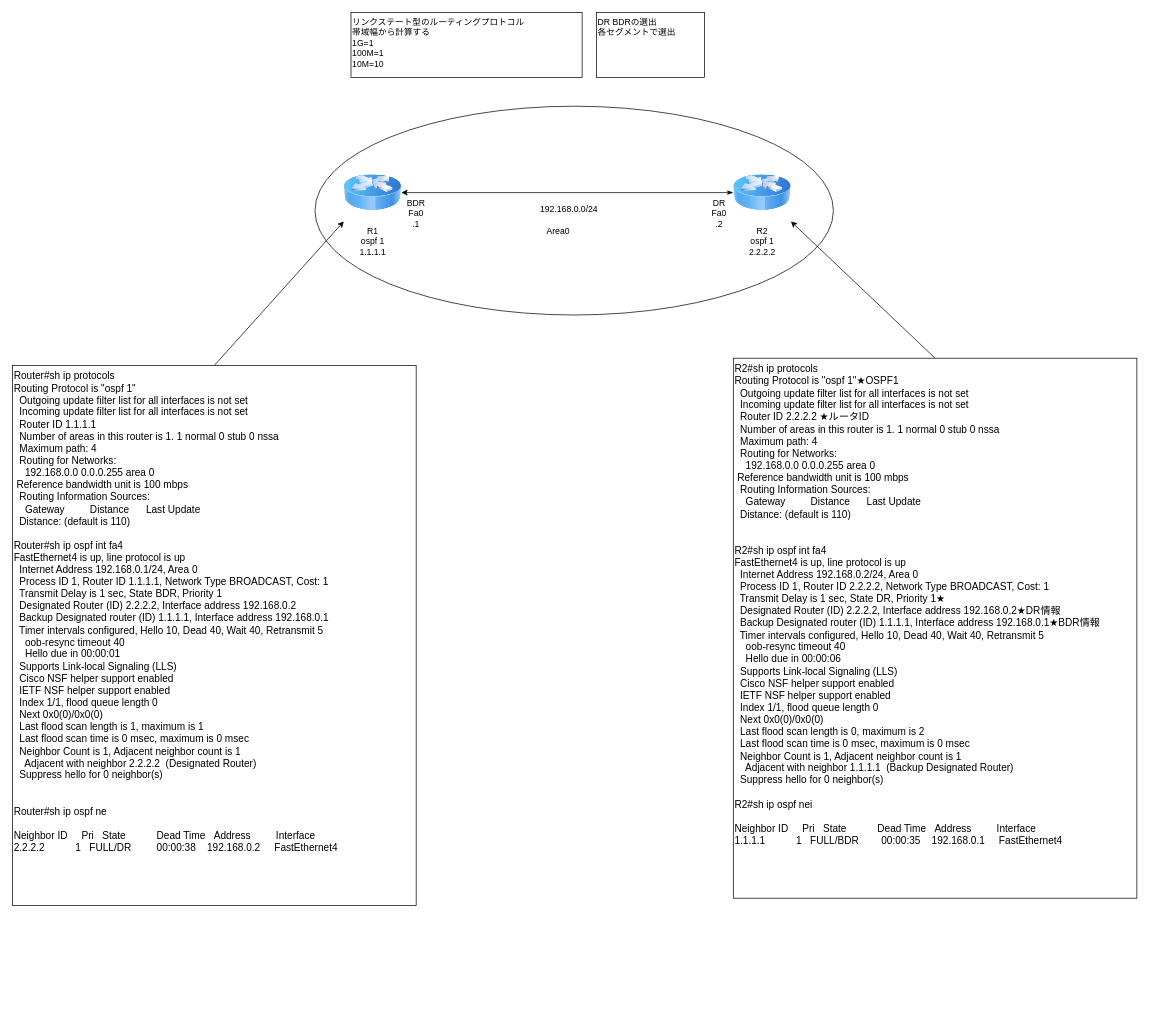
Earlier version of the draw.io diagram page "OSPF.RouteID" (3 of 3) of OSPF.drawio (kyforprogram/ccna). Source tidied: cells renumbered, new cells numbered last; positions are measured from the earlier drawing's top-left corner, leaving out a move shared by most shapes. Both pictures are drawn from the tidied source at 72%, with x=0, y=0 at pixel (12, 12).
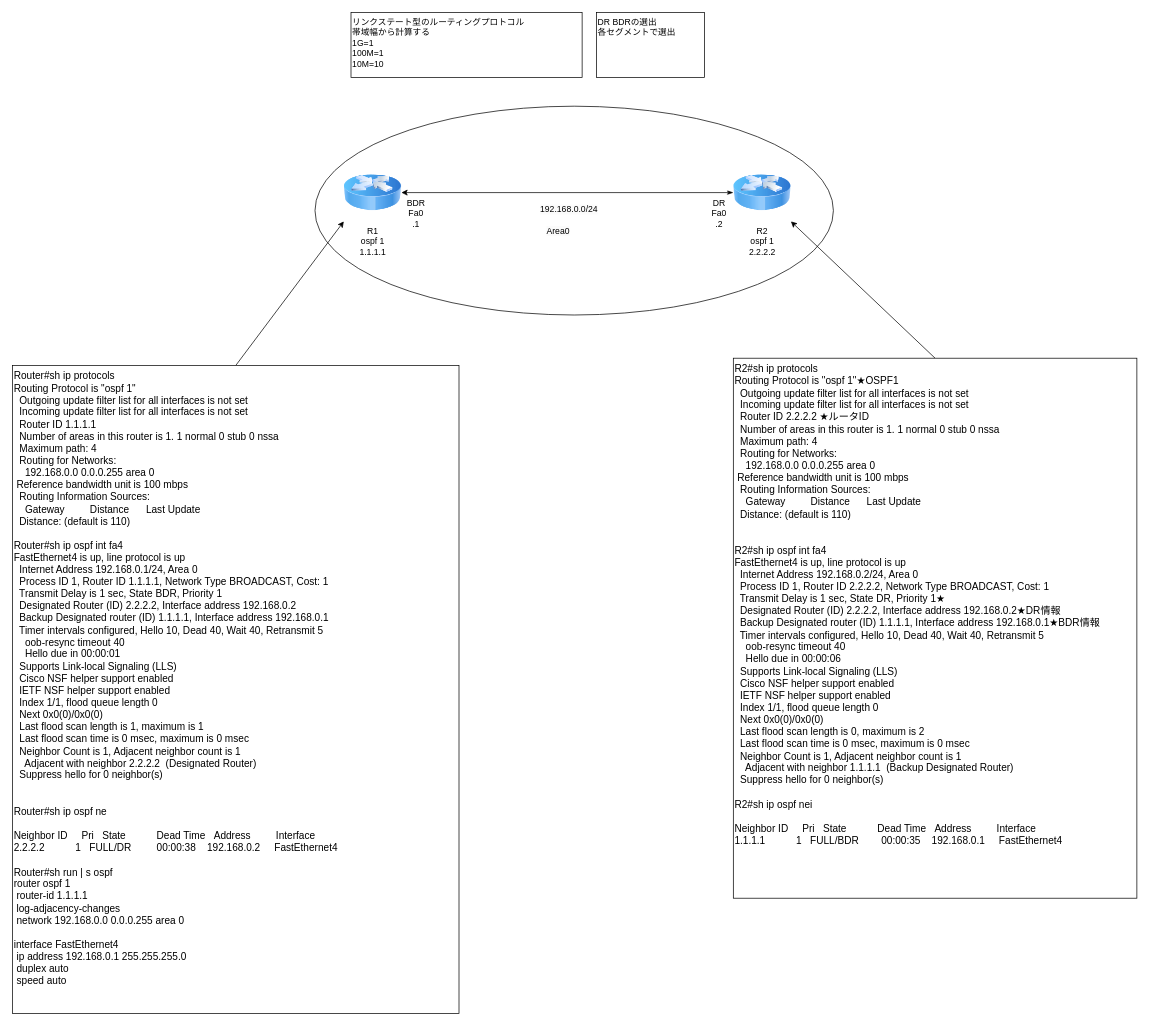
The same diagram, later.

Diff of the diagram source:
```diff
@@
 <mxGraphModel>
   <root>
     <mxCell id="0" />
     <mxCell id="1" parent="0" />
     <mxCell id="2" style="ellipse;whiteSpace=wrap;html=1;strokeColor=default;fontFamily=Helvetica;fontSize=14;fontColor=default;fillColor=default;" parent="1" vertex="1">
       <mxGeometry x="420" y="130" width="720" height="290" as="geometry" />
     </mxCell>
     <mxCell id="3" value="R1&lt;br&gt;ospf 1&lt;br&gt;1.1.1.1" style="image;html=1;image=img/lib/clip_art/networking/Router_Icon_128x128.png;" parent="1" vertex="1">
       <mxGeometry x="460" y="210" width="80" height="80" as="geometry" />
     </mxCell>
     <mxCell id="4" style="rounded=0;jettySize=auto;html=1;exitX=0;exitY=0.5;exitDx=0;exitDy=0;entryX=1;entryY=0.5;entryDx=0;entryDy=0;startArrow=classicThin;startFill=1;" parent="1" edge="1" source="5" target="3">
       <mxGeometry relative="1" as="geometry" />
     </mxCell>
     <mxCell id="5" value="R2&lt;br&gt;ospf 1&lt;br&gt;2.2.2.2" style="image;html=1;image=img/lib/clip_art/networking/Router_Icon_128x128.png;imageBorder=none;" parent="1" vertex="1">
       <mxGeometry x="1001" y="210" width="80" height="80" as="geometry" />
     </mxCell>
     <mxCell id="6" value="&lt;span style=&quot;color: rgb(0, 0, 0); font-family: Helvetica; font-size: 12px; font-style: normal; font-variant-ligatures: normal; font-variant-caps: normal; font-weight: 400; letter-spacing: normal; orphans: 2; text-align: center; text-indent: 0px; text-transform: none; widows: 2; word-spacing: 0px; -webkit-text-stroke-width: 0px; background-color: rgb(251, 251, 251); text-decoration-thickness: initial; text-decoration-style: initial; text-decoration-color: initial; float: none; display: inline !important;&quot;&gt;192.168.0.0/24&lt;/span&gt;" style="text;whiteSpace=wrap;html=1;" parent="1" vertex="1">
       <mxGeometry x="730.5" y="260" width="89" height="30" as="geometry" />
     </mxCell>
     <mxCell id="7" value="リンクステート型のルーティングプロトコル&lt;br&gt;帯域幅から計算する&lt;br&gt;1G=1&lt;br&gt;100M=1&lt;br&gt;10M=10" style="whiteSpace=wrap;html=1;align=left;verticalAlign=top;" parent="1" vertex="1">
       <mxGeometry x="470" width="321" height="90" as="geometry" />
     </mxCell>
     <mxCell id="8" value="BDR&lt;br&gt;Fa0&lt;br&gt;.1" style="text;html=1;align=center;verticalAlign=middle;strokeColor=none;fillColor=none;" parent="1" vertex="1">
       <mxGeometry x="535" y="249" width="50" height="60" as="geometry" />
     </mxCell>
     <mxCell id="9" value="DR&lt;br&gt;Fa0&lt;br&gt;.2" style="text;html=1;align=center;verticalAlign=middle;strokeColor=none;fillColor=none;" parent="1" vertex="1">
       <mxGeometry x="961" y="249" width="40" height="60" as="geometry" />
     </mxCell>
     <mxCell id="10" value="DR BDRの選出&lt;br&gt;各セグメントで選出&lt;br&gt;" style="whiteSpace=wrap;html=1;align=left;verticalAlign=top;" parent="1" vertex="1">
       <mxGeometry x="811" width="150" height="90" as="geometry" />
     </mxCell>
     <mxCell id="11" value="&lt;span style=&quot;color: rgb(0, 0, 0); font-family: Helvetica; font-size: 12px; font-style: normal; font-variant-ligatures: normal; font-variant-caps: normal; font-weight: 400; letter-spacing: normal; orphans: 2; text-align: center; text-indent: 0px; text-transform: none; widows: 2; word-spacing: 0px; -webkit-text-stroke-width: 0px; background-color: rgb(251, 251, 251); text-decoration-thickness: initial; text-decoration-style: initial; text-decoration-color: initial; float: none; display: inline !important;&quot;&gt;Area0&lt;/span&gt;" style="text;whiteSpace=wrap;html=1;" parent="1" vertex="1">
       <mxGeometry x="740" y="290" width="70" height="30" as="geometry" />
     </mxCell>
     <mxCell id="12" style="rounded=0;jettySize=auto;html=1;exitX=0.5;exitY=0;exitDx=0;exitDy=0;entryX=1;entryY=1;entryDx=0;entryDy=0;" parent="1" edge="1" source="13" target="5">
       <mxGeometry relative="1" as="geometry" />
     </mxCell>
     <mxCell id="13" value="&lt;div&gt;R2#sh ip protocols&lt;/div&gt;&lt;div&gt;Routing Protocol is &quot;ospf 1&quot;★OSPF1&lt;/div&gt;&lt;div&gt;&amp;nbsp; Outgoing update filter list for all interfaces is not set&lt;/div&gt;&lt;div&gt;&amp;nbsp; Incoming update filter list for all interfaces is not set&lt;/div&gt;&lt;div&gt;&amp;nbsp; Router ID 2.2.2.2 ★ルータID&lt;/div&gt;&lt;div&gt;&amp;nbsp; Number of areas in this router is 1. 1 normal 0 stub 0 nssa&lt;/div&gt;&lt;div&gt;&amp;nbsp; Maximum path: 4&lt;/div&gt;&lt;div&gt;&amp;nbsp; Routing for Networks:&lt;/div&gt;&lt;div&gt;&amp;nbsp; &amp;nbsp; 192.168.0.0 0.0.0.255 area 0&lt;/div&gt;&lt;div&gt;&amp;nbsp;Reference bandwidth unit is 100 mbps&lt;/div&gt;&lt;div&gt;&amp;nbsp; Routing Information Sources:&lt;/div&gt;&lt;div&gt;&amp;nbsp; &amp;nbsp; Gateway&amp;nbsp; &amp;nbsp; &amp;nbsp; &amp;nbsp; &amp;nbsp;Distance&amp;nbsp; &amp;nbsp; &amp;nbsp; Last Update&lt;/div&gt;&lt;div&gt;&amp;nbsp; Distance: (default is 110)&lt;/div&gt;&lt;div&gt;&lt;br&gt;&lt;/div&gt;&lt;div&gt;&lt;br&gt;&lt;/div&gt;&lt;div&gt;&lt;div&gt;R2#sh ip ospf int fa4&lt;/div&gt;&lt;div&gt;FastEthernet4 is up, line protocol is up&lt;/div&gt;&lt;div&gt;&amp;nbsp; Internet Address 192.168.0.2/24, Area 0&lt;/div&gt;&lt;div&gt;&amp;nbsp; Process ID 1, Router ID 2.2.2.2, Network Type BROADCAST, Cost: 1&lt;/div&gt;&lt;div&gt;&amp;nbsp; Transmit Delay is 1 sec, State DR, Priority 1★&lt;/div&gt;&lt;div&gt;&amp;nbsp; Designated Router (ID) 2.2.2.2, Interface address 192.168.0.2★DR情報&lt;/div&gt;&lt;div&gt;&amp;nbsp; Backup Designated router (ID) 1.1.1.1, Interface address 192.168.0.1★BDR情報&lt;/div&gt;&lt;div&gt;&amp;nbsp; Timer intervals configured, Hello 10, Dead 40, Wait 40, Retransmit 5&lt;/div&gt;&lt;div&gt;&amp;nbsp; &amp;nbsp; oob-resync timeout 40&lt;/div&gt;&lt;div&gt;&amp;nbsp; &amp;nbsp; Hello due in 00:00:06&lt;/div&gt;&lt;div&gt;&amp;nbsp; Supports Link-local Signaling (LLS)&lt;/div&gt;&lt;div&gt;&amp;nbsp; Cisco NSF helper support enabled&lt;/div&gt;&lt;div&gt;&amp;nbsp; IETF NSF helper support enabled&lt;/div&gt;&lt;div&gt;&amp;nbsp; Index 1/1, flood queue length 0&lt;/div&gt;&lt;div&gt;&amp;nbsp; Next 0x0(0)/0x0(0)&lt;/div&gt;&lt;div&gt;&amp;nbsp; Last flood scan length is 0, maximum is 2&lt;/div&gt;&lt;div&gt;&amp;nbsp; Last flood scan time is 0 msec, maximum is 0 msec&lt;/div&gt;&lt;div&gt;&amp;nbsp; Neighbor Count is 1, Adjacent neighbor count is 1&lt;/div&gt;&lt;div&gt;&amp;nbsp; &amp;nbsp; Adjacent with neighbor 1.1.1.1&amp;nbsp; (Backup Designated Router)&lt;/div&gt;&lt;div&gt;&amp;nbsp; Suppress hello for 0 neighbor(s)&lt;/div&gt;&lt;/div&gt;&lt;div&gt;&lt;br&gt;&lt;/div&gt;&lt;div&gt;&lt;div&gt;R2#sh ip ospf nei&lt;/div&gt;&lt;div&gt;&lt;br&gt;&lt;/div&gt;&lt;div&gt;Neighbor ID&amp;nbsp; &amp;nbsp; &amp;nbsp;Pri&amp;nbsp; &amp;nbsp;State&amp;nbsp; &amp;nbsp; &amp;nbsp; &amp;nbsp; &amp;nbsp; &amp;nbsp;Dead Time&amp;nbsp; &amp;nbsp;Address&amp;nbsp; &amp;nbsp; &amp;nbsp; &amp;nbsp; &amp;nbsp;Interface&lt;/div&gt;&lt;div&gt;1.1.1.1&amp;nbsp; &amp;nbsp; &amp;nbsp; &amp;nbsp; &amp;nbsp; &amp;nbsp;1&amp;nbsp; &amp;nbsp;FULL/BDR&amp;nbsp; &amp;nbsp; &amp;nbsp; &amp;nbsp; 00:00:35&amp;nbsp; &amp;nbsp; 192.168.0.1&amp;nbsp; &amp;nbsp; &amp;nbsp;FastEthernet4&lt;/div&gt;&lt;/div&gt;" style="whiteSpace=wrap;html=1;align=left;verticalAlign=top;fontSize=14;" parent="1" vertex="1">
       <mxGeometry x="1001" y="480" width="560.5" height="750" as="geometry" />
     </mxCell>
     <mxCell id="14" style="rounded=0;jettySize=auto;html=1;exitX=0.5;exitY=0;exitDx=0;exitDy=0;entryX=0;entryY=1;entryDx=0;entryDy=0;" parent="1" edge="1" source="15" target="3">
       <mxGeometry relative="1" as="geometry" />
     </mxCell>
-    <mxCell id="15" value="&lt;div&gt;Router#sh ip protocols&lt;/div&gt;&lt;div&gt;Routing Protocol is &quot;ospf 1&quot;&lt;/div&gt;&lt;div&gt;&amp;nbsp; Outgoing update filter list for all interfaces is not set&lt;/div&gt;&lt;div&gt;&amp;nbsp; Incoming update filter list for all interfaces is not set&lt;/div&gt;&lt;div&gt;&amp;nbsp; Router ID 1.1.1.1&lt;/div&gt;&lt;div&gt;&amp;nbsp; Number of areas in this router is 1. 1 normal 0 stub 0 nssa&lt;/div&gt;&lt;div&gt;&amp;nbsp; Maximum path: 4&lt;/div&gt;&lt;div&gt;&amp;nbsp; Routing for Networks:&lt;/div&gt;&lt;div&gt;&amp;nbsp; &amp;nbsp; 192.168.0.0 0.0.0.255 area 0&lt;/div&gt;&lt;div&gt;&amp;nbsp;Reference bandwidth unit is 100 mbps&lt;/div&gt;&lt;div&gt;&amp;nbsp; Routing Information Sources:&lt;/div&gt;&lt;div&gt;&amp;nbsp; &amp;nbsp; Gateway&amp;nbsp; &amp;nbsp; &amp;nbsp; &amp;nbsp; &amp;nbsp;Distance&amp;nbsp; &amp;nbsp; &amp;nbsp; Last Update&lt;/div&gt;&lt;div&gt;&amp;nbsp; Distance: (default is 110)&lt;/div&gt;&lt;div&gt;&lt;br&gt;&lt;/div&gt;&lt;div&gt;&lt;div&gt;&lt;span style=&quot;background-color: initial;&quot;&gt;Router#sh ip ospf int fa4&lt;/span&gt;&lt;br&gt;&lt;/div&gt;&lt;div&gt;FastEthernet4 is up, line protocol is up&lt;/div&gt;&lt;div&gt;&amp;nbsp; Internet Address 192.168.0.1/24, Area 0&lt;/div&gt;&lt;div&gt;&amp;nbsp; Process ID 1, Router ID 1.1.1.1, Network Type BROADCAST, Cost: 1&lt;/div&gt;&lt;div&gt;&amp;nbsp; Transmit Delay is 1 sec, State BDR, Priority 1&lt;/div&gt;&lt;div&gt;&amp;nbsp; Designated Router (ID) 2.2.2.2, Interface address 192.168.0.2&lt;/div&gt;&lt;div&gt;&amp;nbsp; Backup Designated router (ID) 1.1.1.1, Interface address 192.168.0.1&lt;/div&gt;&lt;div&gt;&amp;nbsp; Timer intervals configured, Hello 10, Dead 40, Wait 40, Retransmit 5&lt;/div&gt;&lt;div&gt;&amp;nbsp; &amp;nbsp; oob-resync timeout 40&lt;/div&gt;&lt;div&gt;&amp;nbsp; &amp;nbsp; Hello due in 00:00:01&lt;/div&gt;&lt;div&gt;&amp;nbsp; Supports Link-local Signaling (LLS)&lt;/div&gt;&lt;div&gt;&amp;nbsp; Cisco NSF helper support enabled&lt;/div&gt;&lt;div&gt;&amp;nbsp; IETF NSF helper support enabled&lt;/div&gt;&lt;div&gt;&amp;nbsp; Index 1/1, flood queue length 0&lt;/div&gt;&lt;div&gt;&amp;nbsp; Next 0x0(0)/0x0(0)&lt;/div&gt;&lt;div&gt;&amp;nbsp; Last flood scan length is 1, maximum is 1&lt;/div&gt;&lt;div&gt;&amp;nbsp; Last flood scan time is 0 msec, maximum is 0 msec&lt;/div&gt;&lt;div&gt;&amp;nbsp; Neighbor Count is 1, Adjacent neighbor count is 1&lt;/div&gt;&lt;div&gt;&amp;nbsp; &amp;nbsp; Adjacent with neighbor 2.2.2.2&amp;nbsp; (Designated Router)&lt;/div&gt;&lt;div&gt;&amp;nbsp; Suppress hello for 0 neighbor(s)&lt;/div&gt;&lt;/div&gt;&lt;div&gt;&lt;br&gt;&lt;/div&gt;&lt;div&gt;&lt;br&gt;&lt;/div&gt;&lt;div&gt;&lt;div&gt;Router#sh ip ospf ne&lt;/div&gt;&lt;div&gt;&lt;br&gt;&lt;/div&gt;&lt;div&gt;Neighbor ID&amp;nbsp; &amp;nbsp; &amp;nbsp;Pri&amp;nbsp; &amp;nbsp;State&amp;nbsp; &amp;nbsp; &amp;nbsp; &amp;nbsp; &amp;nbsp; &amp;nbsp;Dead Time&amp;nbsp; &amp;nbsp;Address&amp;nbsp; &amp;nbsp; &amp;nbsp; &amp;nbsp; &amp;nbsp;Interface&lt;/div&gt;&lt;div&gt;2.2.2.2&amp;nbsp; &amp;nbsp; &amp;nbsp; &amp;nbsp; &amp;nbsp; &amp;nbsp;1&amp;nbsp; &amp;nbsp;FULL/DR&amp;nbsp; &amp;nbsp; &amp;nbsp; &amp;nbsp; &amp;nbsp;00:00:38&amp;nbsp; &amp;nbsp; 192.168.0.2&amp;nbsp; &amp;nbsp; &amp;nbsp;FastEthernet4&lt;/div&gt;&lt;/div&gt;" style="whiteSpace=wrap;html=1;align=left;verticalAlign=top;fontSize=14;" parent="1" vertex="1">
-      <mxGeometry y="490" width="560.5" height="750" as="geometry" />
+    <mxCell id="15" value="&lt;div&gt;Router#sh ip protocols&lt;/div&gt;&lt;div&gt;Routing Protocol is &quot;ospf 1&quot;&lt;/div&gt;&lt;div&gt;&amp;nbsp; Outgoing update filter list for all interfaces is not set&lt;/div&gt;&lt;div&gt;&amp;nbsp; Incoming update filter list for all interfaces is not set&lt;/div&gt;&lt;div&gt;&amp;nbsp; Router ID 1.1.1.1&lt;/div&gt;&lt;div&gt;&amp;nbsp; Number of areas in this router is 1. 1 normal 0 stub 0 nssa&lt;/div&gt;&lt;div&gt;&amp;nbsp; Maximum path: 4&lt;/div&gt;&lt;div&gt;&amp;nbsp; Routing for Networks:&lt;/div&gt;&lt;div&gt;&amp;nbsp; &amp;nbsp; 192.168.0.0 0.0.0.255 area 0&lt;/div&gt;&lt;div&gt;&amp;nbsp;Reference bandwidth unit is 100 mbps&lt;/div&gt;&lt;div&gt;&amp;nbsp; Routing Information Sources:&lt;/div&gt;&lt;div&gt;&amp;nbsp; &amp;nbsp; Gateway&amp;nbsp; &amp;nbsp; &amp;nbsp; &amp;nbsp; &amp;nbsp;Distance&amp;nbsp; &amp;nbsp; &amp;nbsp; Last Update&lt;/div&gt;&lt;div&gt;&amp;nbsp; Distance: (default is 110)&lt;/div&gt;&lt;div&gt;&lt;br&gt;&lt;/div&gt;&lt;div&gt;&lt;div&gt;&lt;span style=&quot;background-color: initial;&quot;&gt;Router#sh ip ospf int fa4&lt;/span&gt;&lt;br&gt;&lt;/div&gt;&lt;div&gt;FastEthernet4 is up, line protocol is up&lt;/div&gt;&lt;div&gt;&amp;nbsp; Internet Address 192.168.0.1/24, Area 0&lt;/div&gt;&lt;div&gt;&amp;nbsp; Process ID 1, Router ID 1.1.1.1, Network Type BROADCAST, Cost: 1&lt;/div&gt;&lt;div&gt;&amp;nbsp; Transmit Delay is 1 sec, State BDR, Priority 1&lt;/div&gt;&lt;div&gt;&amp;nbsp; Designated Router (ID) 2.2.2.2, Interface address 192.168.0.2&lt;/div&gt;&lt;div&gt;&amp;nbsp; Backup Designated router (ID) 1.1.1.1, Interface address 192.168.0.1&lt;/div&gt;&lt;div&gt;&amp;nbsp; Timer intervals configured, Hello 10, Dead 40, Wait 40, Retransmit 5&lt;/div&gt;&lt;div&gt;&amp;nbsp; &amp;nbsp; oob-resync timeout 40&lt;/div&gt;&lt;div&gt;&amp;nbsp; &amp;nbsp; Hello due in 00:00:01&lt;/div&gt;&lt;div&gt;&amp;nbsp; Supports Link-local Signaling (LLS)&lt;/div&gt;&lt;div&gt;&amp;nbsp; Cisco NSF helper support enabled&lt;/div&gt;&lt;div&gt;&amp;nbsp; IETF NSF helper support enabled&lt;/div&gt;&lt;div&gt;&amp;nbsp; Index 1/1, flood queue length 0&lt;/div&gt;&lt;div&gt;&amp;nbsp; Next 0x0(0)/0x0(0)&lt;/div&gt;&lt;div&gt;&amp;nbsp; Last flood scan length is 1, maximum is 1&lt;/div&gt;&lt;div&gt;&amp;nbsp; Last flood scan time is 0 msec, maximum is 0 msec&lt;/div&gt;&lt;div&gt;&amp;nbsp; Neighbor Count is 1, Adjacent neighbor count is 1&lt;/div&gt;&lt;div&gt;&amp;nbsp; &amp;nbsp; Adjacent with neighbor 2.2.2.2&amp;nbsp; (Designated Router)&lt;/div&gt;&lt;div&gt;&amp;nbsp; Suppress hello for 0 neighbor(s)&lt;/div&gt;&lt;/div&gt;&lt;div&gt;&lt;br&gt;&lt;/div&gt;&lt;div&gt;&lt;br&gt;&lt;/div&gt;&lt;div&gt;&lt;div&gt;Router#sh ip ospf ne&lt;/div&gt;&lt;div&gt;&lt;br&gt;&lt;/div&gt;&lt;div&gt;Neighbor ID&amp;nbsp; &amp;nbsp; &amp;nbsp;Pri&amp;nbsp; &amp;nbsp;State&amp;nbsp; &amp;nbsp; &amp;nbsp; &amp;nbsp; &amp;nbsp; &amp;nbsp;Dead Time&amp;nbsp; &amp;nbsp;Address&amp;nbsp; &amp;nbsp; &amp;nbsp; &amp;nbsp; &amp;nbsp;Interface&lt;/div&gt;&lt;div&gt;2.2.2.2&amp;nbsp; &amp;nbsp; &amp;nbsp; &amp;nbsp; &amp;nbsp; &amp;nbsp;1&amp;nbsp; &amp;nbsp;FULL/DR&amp;nbsp; &amp;nbsp; &amp;nbsp; &amp;nbsp; &amp;nbsp;00:00:38&amp;nbsp; &amp;nbsp; 192.168.0.2&amp;nbsp; &amp;nbsp; &amp;nbsp;FastEthernet4&lt;/div&gt;&lt;/div&gt;&lt;div&gt;&lt;br&gt;&lt;/div&gt;&lt;div&gt;&lt;div&gt;Router#sh run | s ospf&lt;/div&gt;&lt;div&gt;router ospf 1&lt;/div&gt;&lt;div&gt;&amp;nbsp;router-id 1.1.1.1&lt;/div&gt;&lt;div&gt;&amp;nbsp;log-adjacency-changes&lt;/div&gt;&lt;div&gt;&amp;nbsp;network 192.168.0.0 0.0.0.255 area 0&lt;/div&gt;&lt;/div&gt;&lt;div&gt;&lt;br&gt;&lt;/div&gt;&lt;div&gt;&lt;div&gt;interface FastEthernet4&lt;/div&gt;&lt;div&gt;&amp;nbsp;ip address 192.168.0.1 255.255.255.0&lt;/div&gt;&lt;div&gt;&amp;nbsp;duplex auto&lt;/div&gt;&lt;div&gt;&amp;nbsp;speed auto&lt;/div&gt;&lt;/div&gt;" style="whiteSpace=wrap;html=1;align=left;verticalAlign=top;fontSize=14;" parent="1" vertex="1">
+      <mxGeometry y="490" width="620" height="900" as="geometry" />
     </mxCell>
   </root>
 </mxGraphModel>
```
